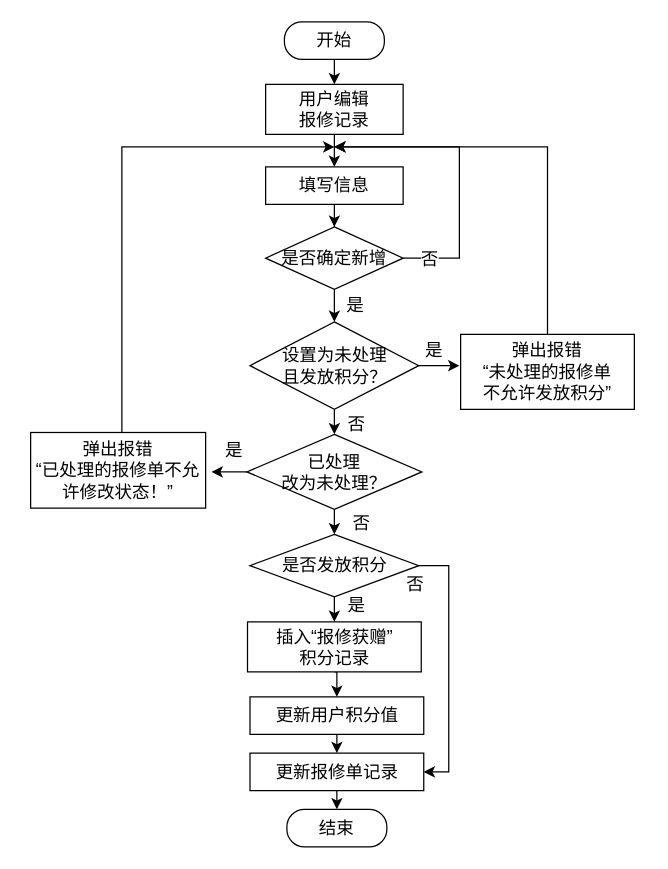
This is 报修处理.drawio from mochaDMQ/myPicture, a draw.io file, before an edit. Source tidied: cells renumbered, new cells numbered last; positions are measured from the earlier drawing's top-left corner, leaving out a move shared by most shapes. Both pictures are drawn from the tidied source at 125%, with x=0, y=0 at pixel (30, 21).
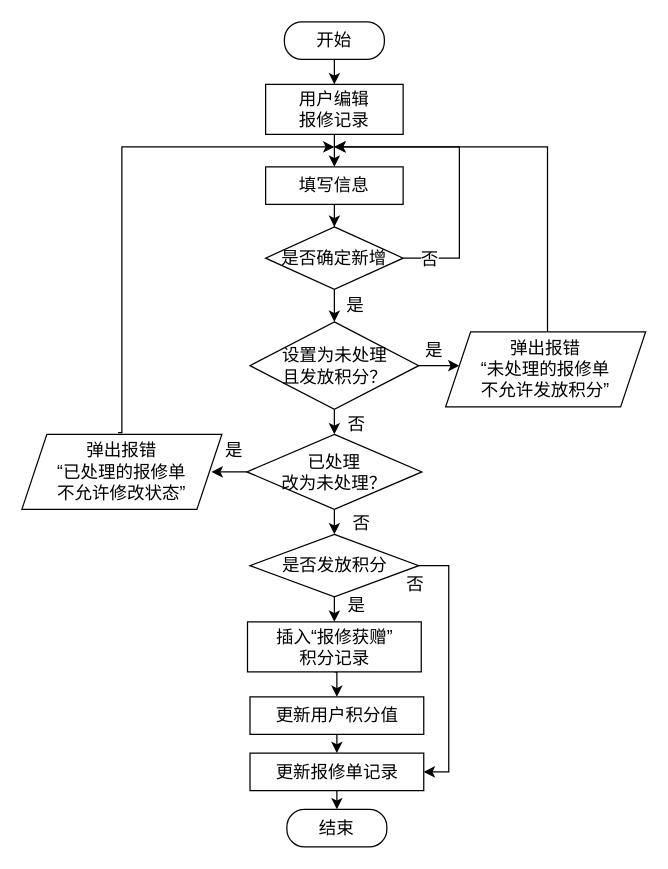
The same diagram, later.

Commit message:
更新报修处理.drawio

The change refers to these unchanged cells:
```xml
<mxCell id="17" value="&lt;font face=&quot;宋体&quot;&gt;&lt;span style=&quot;font-size: 14px;&quot;&gt;已处理&lt;/span&gt;&lt;/font&gt;&lt;div&gt;&lt;font face=&quot;宋体&quot;&gt;&lt;span style=&quot;font-size: 14px;&quot;&gt;改为未处理？&lt;/span&gt;&lt;/font&gt;&lt;/div&gt;" style="rhombus;whiteSpace=wrap;html=1;" parent="1" vertex="1">
  <mxGeometry x="173" y="330" width="140" height="60" as="geometry" />
</mxCell>
```

Diff of the diagram source:
```diff
@@
-    <mxCell id="18" style="edgeStyle=orthogonalEdgeStyle;rounded=0;jettySize=auto;html=1;exitX=0.5;exitY=0;exitDx=0;exitDy=0;fontFamily=宋体;fontSize=14;fontColor=default;" parent="1" edge="1" source="19">
+    <mxCell id="18" style="edgeStyle=orthogonalEdgeStyle;rounded=0;orthogonalLoop=1;jettySize=auto;html=1;exitX=0.5;exitY=0;exitDx=0;exitDy=0;fontFamily=宋体;fontSize=14;fontColor=default;" parent="1" edge="1">
       <mxGeometry relative="1" as="geometry">
+        <mxPoint x="413.5" y="250" as="sourcePoint" />
         <mxPoint x="243" y="100" as="targetPoint" />
         <Array as="points">
           <mxPoint x="414" y="100" />
         </Array>
       </mxGeometry>
     </mxCell>
-    <mxCell id="19" value="弹出报错&lt;div&gt;“&lt;span style=&quot;font-size: 10.5pt;&quot;&gt;未处理的报修单&lt;/span&gt;&lt;/div&gt;&lt;div&gt;&lt;span style=&quot;font-size: 10.5pt;&quot;&gt;不允许发放积分”&lt;/span&gt;&lt;/div&gt;" style="rounded=0;whiteSpace=wrap;html=1;fontFamily=宋体;fontSize=14;" parent="1" vertex="1">
-      <mxGeometry x="344" y="250" width="139" height="60" as="geometry" />
-    </mxCell>
-    <mxCell id="20" style="edgeStyle=orthogonalEdgeStyle;rounded=0;jettySize=auto;html=1;exitX=0.5;exitY=0;exitDx=0;exitDy=0;fontFamily=宋体;fontSize=14;fontColor=default;" parent="1" edge="1" source="21">
+    <mxCell id="20" style="edgeStyle=orthogonalEdgeStyle;rounded=0;orthogonalLoop=1;jettySize=auto;html=1;exitX=0.5;exitY=0;exitDx=0;exitDy=0;fontFamily=宋体;fontSize=14;fontColor=default;" parent="1" edge="1">
       <mxGeometry relative="1" as="geometry">
+        <mxPoint x="70" y="328.5" as="sourcePoint" />
         <mxPoint x="243" y="100" as="targetPoint" />
         <Array as="points">
           <mxPoint x="73" y="100" />
         </Array>
       </mxGeometry>
     </mxCell>
-    <mxCell id="21" value="弹出报错&lt;div&gt;“已处理的报修单不允许修改状态！”&lt;/div&gt;" style="rounded=0;whiteSpace=wrap;html=1;fontFamily=宋体;fontSize=14;" parent="1" vertex="1">
-      <mxGeometry y="328.5" width="140" height="60.5" as="geometry" />
-    </mxCell>
@@
-    <mxCell id="25" style="edgeStyle=orthogonalEdgeStyle;rounded=0;jettySize=auto;html=1;exitX=0;exitY=0.5;exitDx=0;exitDy=0;entryX=1.034;entryY=0.532;entryDx=0;entryDy=0;entryPerimeter=0;" parent="1" edge="1" source="17" target="21">
-      <mxGeometry relative="1" as="geometry" />
+    <mxCell id="25" style="edgeStyle=orthogonalEdgeStyle;rounded=0;jettySize=auto;html=1;exitX=0;exitY=0.5;exitDx=0;exitDy=0;entryX=1.034;entryY=0.532;entryDx=0;entryDy=0;entryPerimeter=0;" parent="1" edge="1" source="17">
+      <mxGeometry relative="1" as="geometry">
+        <mxPoint x="144.8" y="360.7" as="targetPoint" />
+      </mxGeometry>
     </mxCell>
@@
+    <mxCell id="39" value="&lt;span style=&quot;font-family: 宋体; font-size: 14px;&quot;&gt;弹出报错&lt;/span&gt;&lt;div style=&quot;font-family: 宋体; font-size: 14px;&quot;&gt;“已处理的报修单&lt;/div&gt;&lt;div style=&quot;font-family: 宋体; font-size: 14px;&quot;&gt;不允许修改状态”&lt;/div&gt;" style="shape=parallelogram;perimeter=parallelogramPerimeter;whiteSpace=wrap;html=1;fixedSize=1;" parent="1" vertex="1">
+      <mxGeometry x="-7" y="330" width="160" height="60" as="geometry" />
+    </mxCell>
+    <mxCell id="19" value="&lt;span style=&quot;font-family: 宋体; font-size: 14px;&quot;&gt;弹出报错&lt;/span&gt;&lt;div style=&quot;font-family: 宋体; font-size: 14px;&quot;&gt;“&lt;span style=&quot;font-size: 10.5pt;&quot;&gt;未处理的报修单&lt;/span&gt;&lt;/div&gt;&lt;div style=&quot;font-family: 宋体; font-size: 14px;&quot;&gt;&lt;span style=&quot;font-size: 10.5pt;&quot;&gt;不允许发放积分”&lt;/span&gt;&lt;/div&gt;" style="shape=parallelogram;perimeter=parallelogramPerimeter;whiteSpace=wrap;html=1;fixedSize=1;" parent="1" vertex="1">
+      <mxGeometry x="332" y="248" width="160" height="60" as="geometry" />
+    </mxCell>
```
